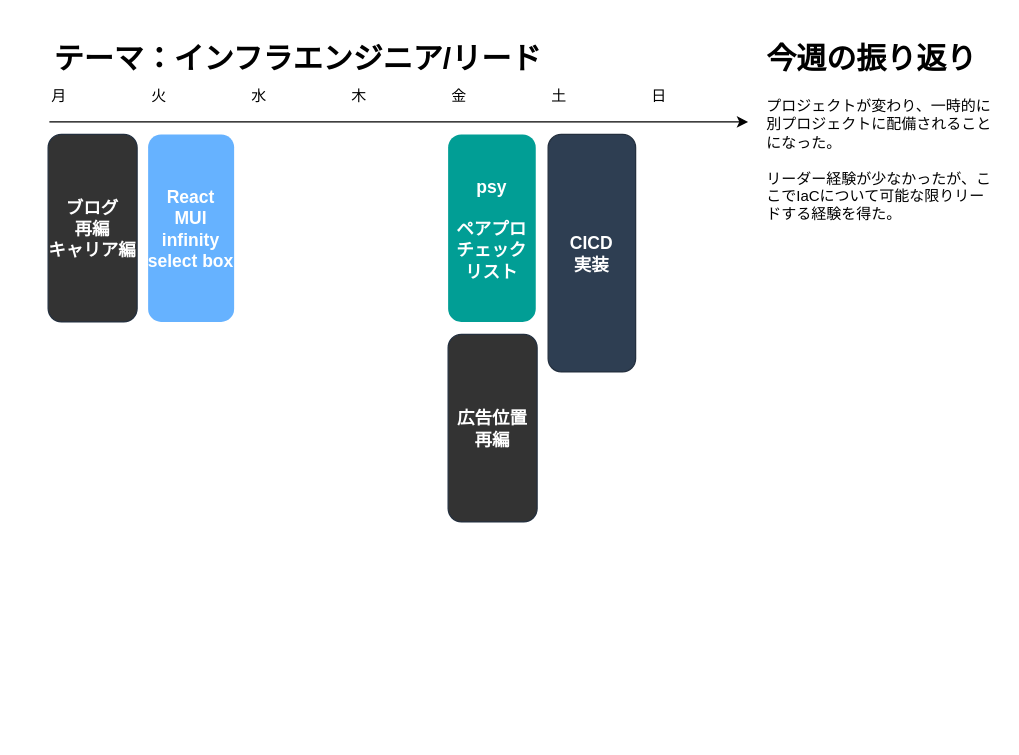
Above: page "202400923" (4 of 12) of life/life.drawio in minegishirei/draw_v1 (draw.io), before the change. Source tidied: cells renumbered, new cells numbered last; positions are measured from the earlier drawing's top-left corner, leaving out a move shared by most shapes. Both pictures are drawn from the tidied source at 125%, with x=0, y=0 at pixel (21, 34).
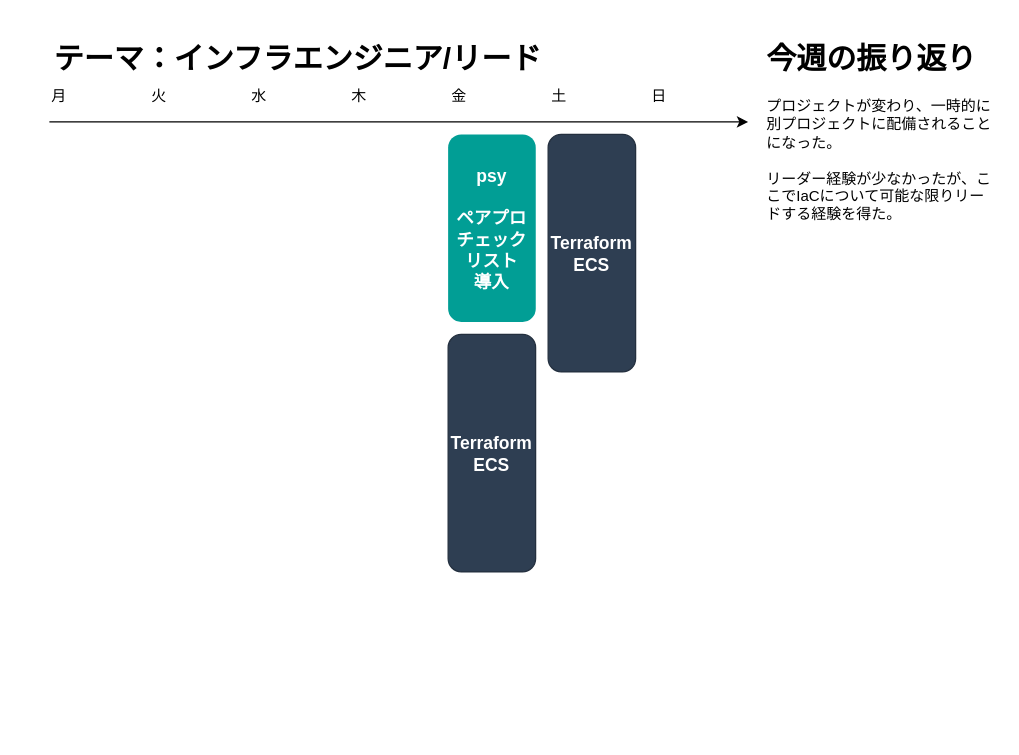
After the change.

What changed in the source:
```diff
@@
 <mxGraphModel>
   <root>
     <mxCell id="0" />
     <mxCell id="1" parent="0" />
     <mxCell id="2" value="火" style="text;html=1;strokeColor=none;fillColor=none;align=center;verticalAlign=middle;whiteSpace=wrap;rounded=0;shadow=0;" parent="1" vertex="1">
       <mxGeometry x="80" y="35" width="60" height="30" as="geometry" />
     </mxCell>
     <mxCell id="3" value="水" style="text;html=1;strokeColor=none;fillColor=none;align=center;verticalAlign=middle;whiteSpace=wrap;rounded=0;shadow=0;" parent="1" vertex="1">
       <mxGeometry x="160" y="35" width="60" height="30" as="geometry" />
     </mxCell>
     <mxCell id="4" value="木" style="text;html=1;strokeColor=none;fillColor=none;align=center;verticalAlign=middle;whiteSpace=wrap;rounded=0;shadow=0;" parent="1" vertex="1">
       <mxGeometry x="240" y="35" width="60" height="30" as="geometry" />
     </mxCell>
     <mxCell id="5" value="金" style="text;html=1;strokeColor=none;fillColor=none;align=center;verticalAlign=middle;whiteSpace=wrap;rounded=0;shadow=0;" parent="1" vertex="1">
       <mxGeometry x="320" y="35" width="60" height="30" as="geometry" />
     </mxCell>
     <mxCell id="6" value="土" style="text;html=1;strokeColor=none;fillColor=none;align=center;verticalAlign=middle;whiteSpace=wrap;rounded=0;shadow=0;" parent="1" vertex="1">
       <mxGeometry x="400" y="35" width="60" height="30" as="geometry" />
     </mxCell>
     <mxCell id="7" value="日" style="text;html=1;strokeColor=none;fillColor=none;align=center;verticalAlign=middle;whiteSpace=wrap;rounded=0;shadow=0;" parent="1" vertex="1">
       <mxGeometry x="480" y="35" width="60" height="30" as="geometry" />
     </mxCell>
     <mxCell id="8" value="月" style="text;html=1;strokeColor=none;fillColor=none;align=center;verticalAlign=middle;whiteSpace=wrap;rounded=0;shadow=0;" parent="1" vertex="1">
       <mxGeometry y="35" width="60" height="30" as="geometry" />
     </mxCell>
     <mxCell id="9" value="&lt;h1&gt;テーマ：インフラエンジニア/リード&lt;/h1&gt;" style="text;html=1;strokeColor=none;fillColor=none;spacing=5;spacingTop=-20;whiteSpace=wrap;overflow=hidden;rounded=0;shadow=0;" parent="1" vertex="1">
       <mxGeometry x="21" width="480" height="40" as="geometry" />
     </mxCell>
     <mxCell id="10" style="endArrow=classic;html=1;rounded=0;shadow=0;" parent="1" edge="1">
       <mxGeometry relative="1" as="geometry">
         <mxPoint x="22" y="70" as="sourcePoint" />
         <mxPoint x="581" y="70" as="targetPoint" />
       </mxGeometry>
     </mxCell>
     <mxCell id="11" value="&lt;h1&gt;&lt;/h1&gt;&lt;h1 style=&quot;border-color: var(--border-color);&quot;&gt;今週の振り返り&lt;/h1&gt;&lt;div&gt;&lt;span style=&quot;background-color: initial;&quot;&gt;プロジェクトが変わり、一時的に別プロジェクトに配備されることになった。&lt;/span&gt;&lt;/div&gt;&lt;div&gt;&lt;span style=&quot;background-color: initial;&quot;&gt;&lt;br&gt;&lt;/span&gt;&lt;/div&gt;&lt;div&gt;&lt;span style=&quot;background-color: initial;&quot;&gt;リーダー経験が少なかったが、ここでIaCについて可能な限りリードする経験を得た。&lt;/span&gt;&lt;br&gt;&lt;/div&gt;" style="text;html=1;strokeColor=none;fillColor=none;spacing=5;spacingTop=-20;whiteSpace=wrap;overflow=hidden;rounded=0;shadow=0;" parent="1" vertex="1">
       <mxGeometry x="591" width="190" height="560" as="geometry" />
     </mxCell>
-    <mxCell id="12" value="ブログ&#10;再編&#10;キャリア編" style="rounded=1;fillColor=#333333;strokeColor=#232F3E;shadow=0;gradientColor=none;fontStyle=1;fontColor=#FFFFFF;fontSize=14;" parent="1" vertex="1">
-      <mxGeometry x="21" y="80" width="71.2" height="150" as="geometry" />
-    </mxCell>
-    <mxCell id="13" value="React&#10;MUI&#10;infinity&#10;select box" style="rounded=1;fillColor=#66B2FF;strokeColor=none;shadow=0;gradientColor=none;fontStyle=1;fontColor=#FFFFFF;fontSize=14;" parent="1" vertex="1">
-      <mxGeometry x="101" y="80" width="68.8" height="150" as="geometry" />
-    </mxCell>
-    <mxCell id="14" value="psy&#10;&#10;ペアプロ&#10;チェック&#10;リスト" style="rounded=1;fillColor=#019E95;strokeColor=none;shadow=0;gradientColor=none;fontStyle=1;fontColor=#FFFFFF;fontSize=14;" parent="1" vertex="1">
+    <mxCell id="14" value="psy&#10;&#10;ペアプロ&#10;チェック&#10;リスト&#10;導入" style="rounded=1;fillColor=#019E95;strokeColor=none;shadow=0;gradientColor=none;fontStyle=1;fontColor=#FFFFFF;fontSize=14;" parent="1" vertex="1">
       <mxGeometry x="341" y="80" width="70.1" height="150" as="geometry" />
     </mxCell>
-    <mxCell id="15" value="広告位置&#10;再編" style="rounded=1;fillColor=#333333;strokeColor=#232F3E;shadow=0;gradientColor=none;fontStyle=1;fontColor=#FFFFFF;fontSize=14;" parent="1" vertex="1">
-      <mxGeometry x="341" y="240" width="71.2" height="150" as="geometry" />
-    </mxCell>
-    <mxCell id="16" value="CICD&#10;実装" style="rounded=1;fillColor=#2E3E52;strokeColor=#232F3E;shadow=0;gradientColor=none;fontStyle=1;fontColor=#FFFFFF;fontSize=14;" parent="1" vertex="1">
+    <mxCell id="16" value="Terraform&#10;ECS" style="rounded=1;fillColor=#2E3E52;strokeColor=#232F3E;shadow=0;gradientColor=none;fontStyle=1;fontColor=#FFFFFF;fontSize=14;" parent="1" vertex="1">
       <mxGeometry x="421" y="80" width="70" height="190" as="geometry" />
     </mxCell>
+    <mxCell id="17" value="Terraform&#10;ECS" style="rounded=1;fillColor=#2E3E52;strokeColor=#232F3E;shadow=0;gradientColor=none;fontStyle=1;fontColor=#FFFFFF;fontSize=14;" parent="1" vertex="1">
+      <mxGeometry x="341" y="240" width="70" height="190" as="geometry" />
+    </mxCell>
   </root>
 </mxGraphModel>
```
